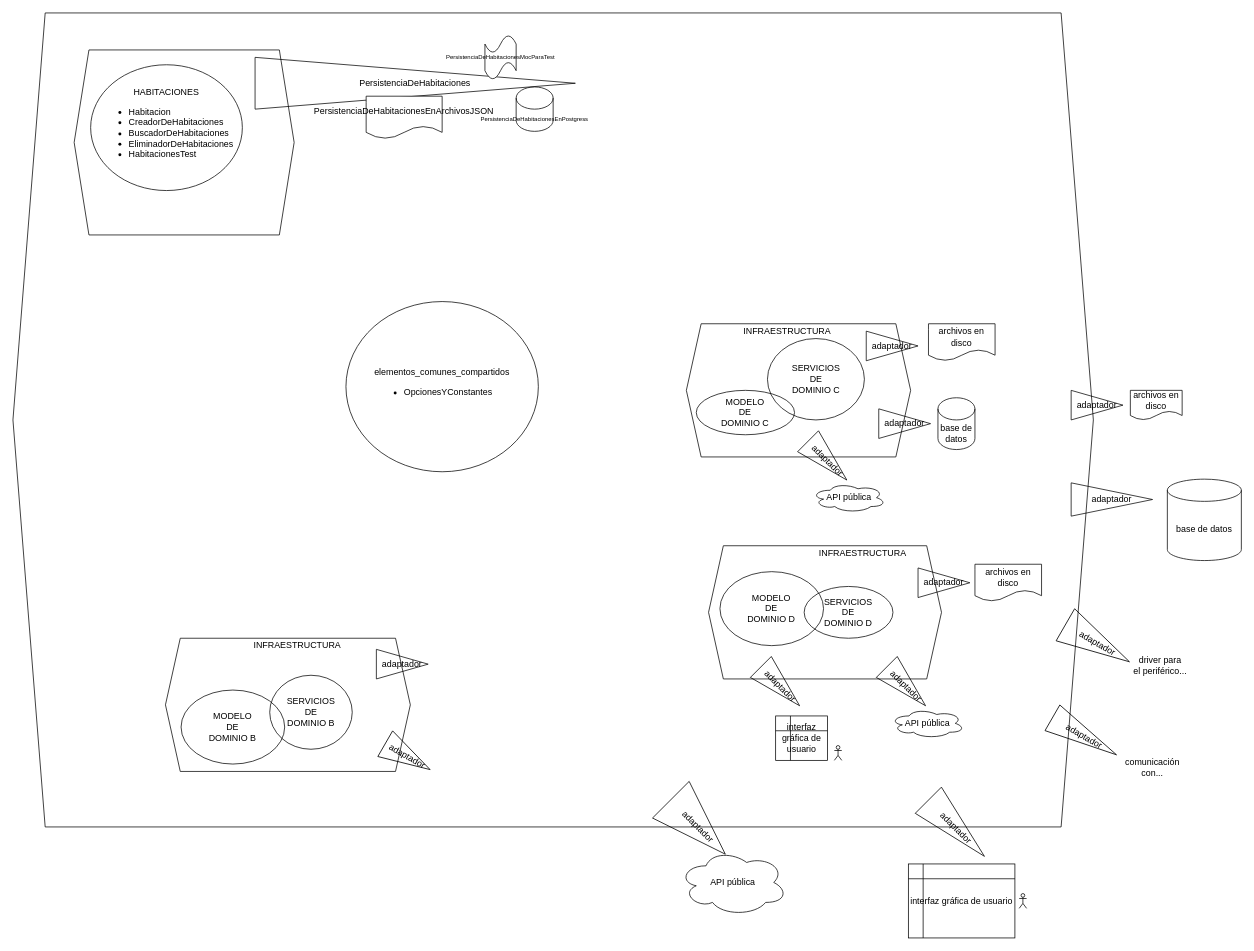
The draw.io diagram documentacion/arquitectura interna.drawio in JuanMuruaOlalde/Hotel, before the edit. Source tidied: cells renumbered, new cells numbered last; positions are measured from the earlier drawing's top-left corner, leaving out a move shared by most shapes. Both pictures are drawn from the tidied source at 74%, with x=0, y=0 at pixel (13, 13).
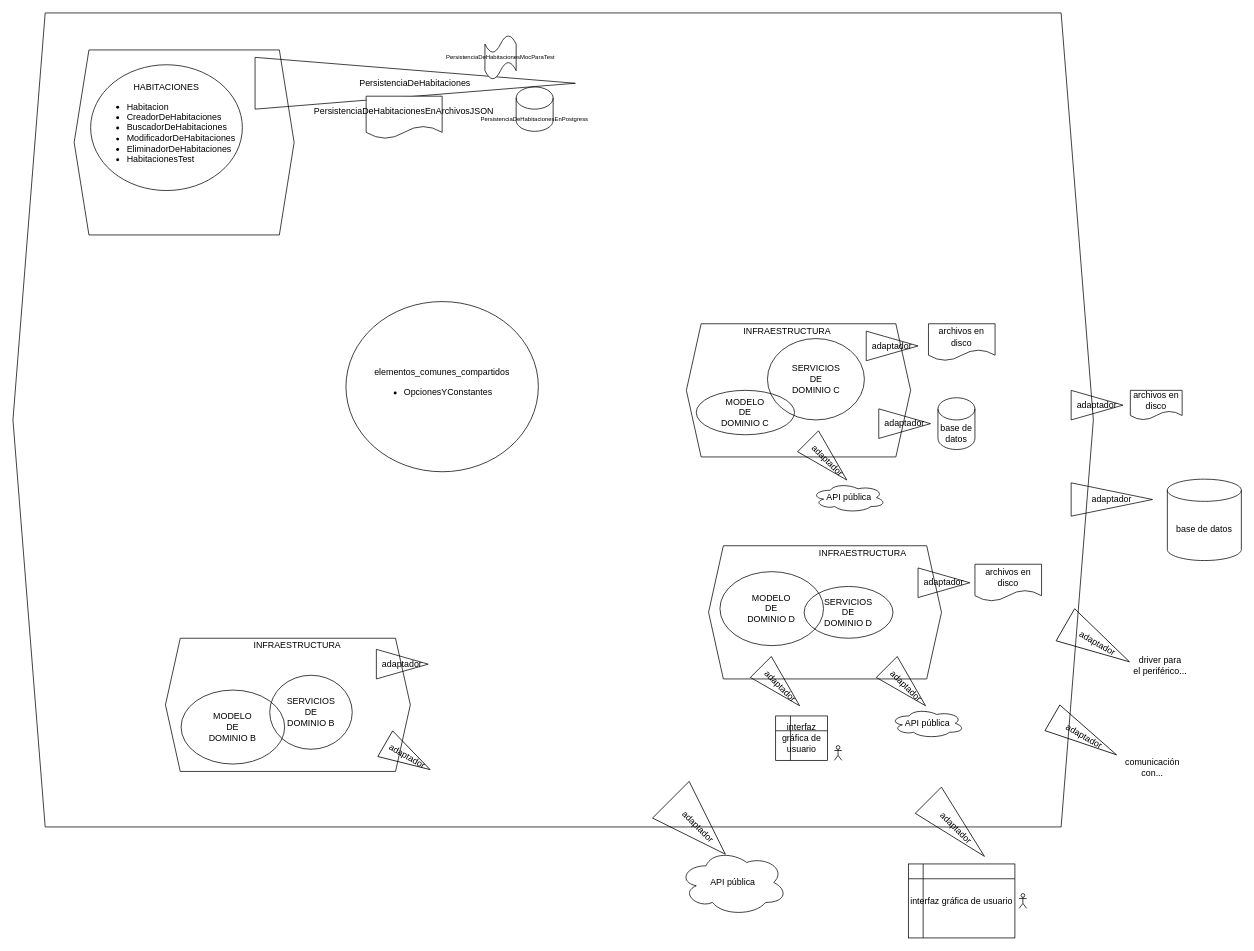
The same diagram, later.

Commit message (it also covers changes not shown here):
no habia guardado el pequeino cambio en la documentacion

al implementar el ModificadorDeHabitaciones

The edit, as a diff of the source:
```diff
@@
-    <mxCell id="18" value="HABITACIONES&lt;br&gt;&lt;ul&gt;&lt;li style=&quot;text-align: left&quot;&gt;Habitacion&lt;/li&gt;&lt;li style=&quot;text-align: left&quot;&gt;CreadorDeHabitaciones&lt;/li&gt;&lt;li style=&quot;text-align: left&quot;&gt;BuscadorDeHabitaciones&lt;/li&gt;&lt;li style=&quot;text-align: left&quot;&gt;EliminadorDeHabitaciones&lt;/li&gt;&lt;li style=&quot;text-align: left&quot;&gt;HabitacionesTest&lt;/li&gt;&lt;/ul&gt;" style="ellipse;whiteSpace=wrap;html=1;fillColor=none;align=center;" parent="1" vertex="1">
+    <mxCell id="18" value="HABITACIONES&lt;br&gt;&lt;ul&gt;&lt;li style=&quot;text-align: left&quot;&gt;Habitacion&lt;/li&gt;&lt;li style=&quot;text-align: left&quot;&gt;CreadorDeHabitaciones&lt;/li&gt;&lt;li style=&quot;text-align: left&quot;&gt;BuscadorDeHabitaciones&lt;/li&gt;&lt;li style=&quot;text-align: left&quot;&gt;ModificadorDeHabitaciones&lt;/li&gt;&lt;li style=&quot;text-align: left&quot;&gt;EliminadorDeHabitaciones&lt;/li&gt;&lt;li style=&quot;text-align: left&quot;&gt;HabitacionesTest&lt;/li&gt;&lt;/ul&gt;" style="ellipse;whiteSpace=wrap;html=1;fillColor=none;align=center;" parent="1" vertex="1">
       <mxGeometry x="105" y="70" width="205" height="170" as="geometry" />
     </mxCell>
```
